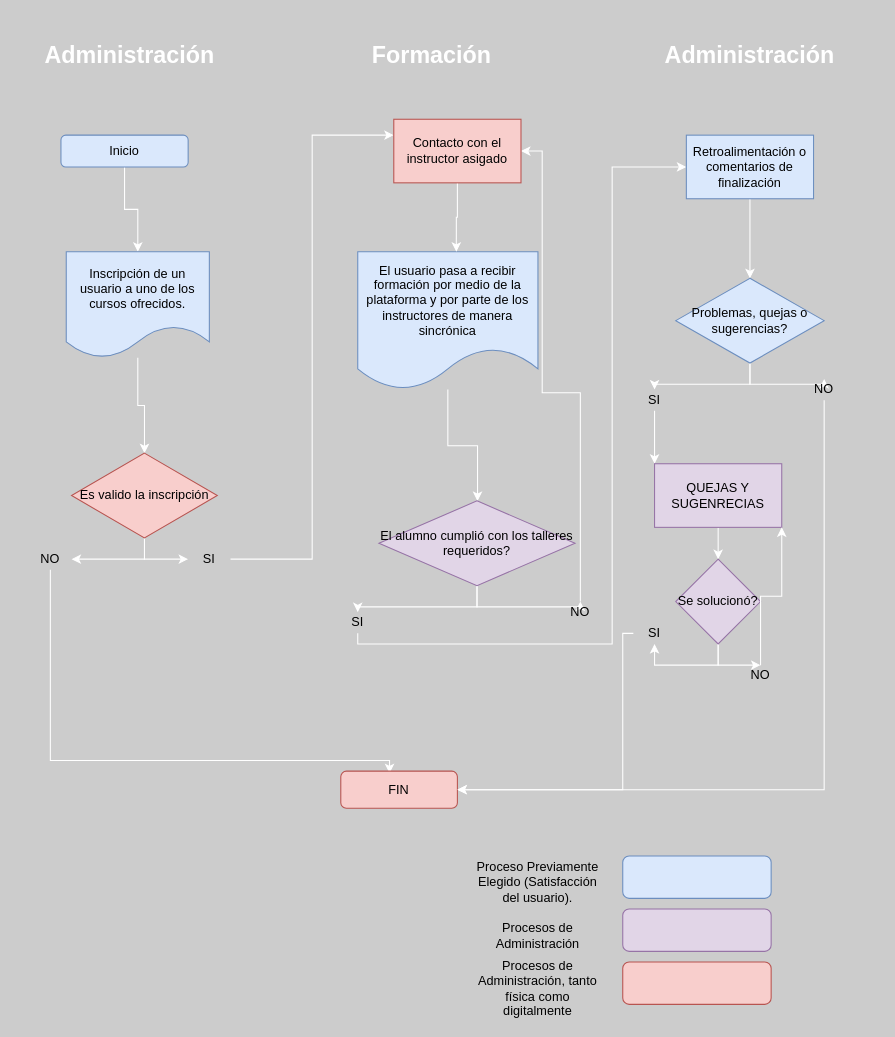
Above: Untitled Diagram.drawio in Andr3yg/ADSI_andreyg (draw.io), before the change. Source tidied: cells renumbered, new cells numbered last; positions are measured from the earlier drawing's top-left corner, leaving out a move shared by most shapes. Both pictures are drawn from the tidied source at 106%, with x=0, y=0 at pixel (18, 18).
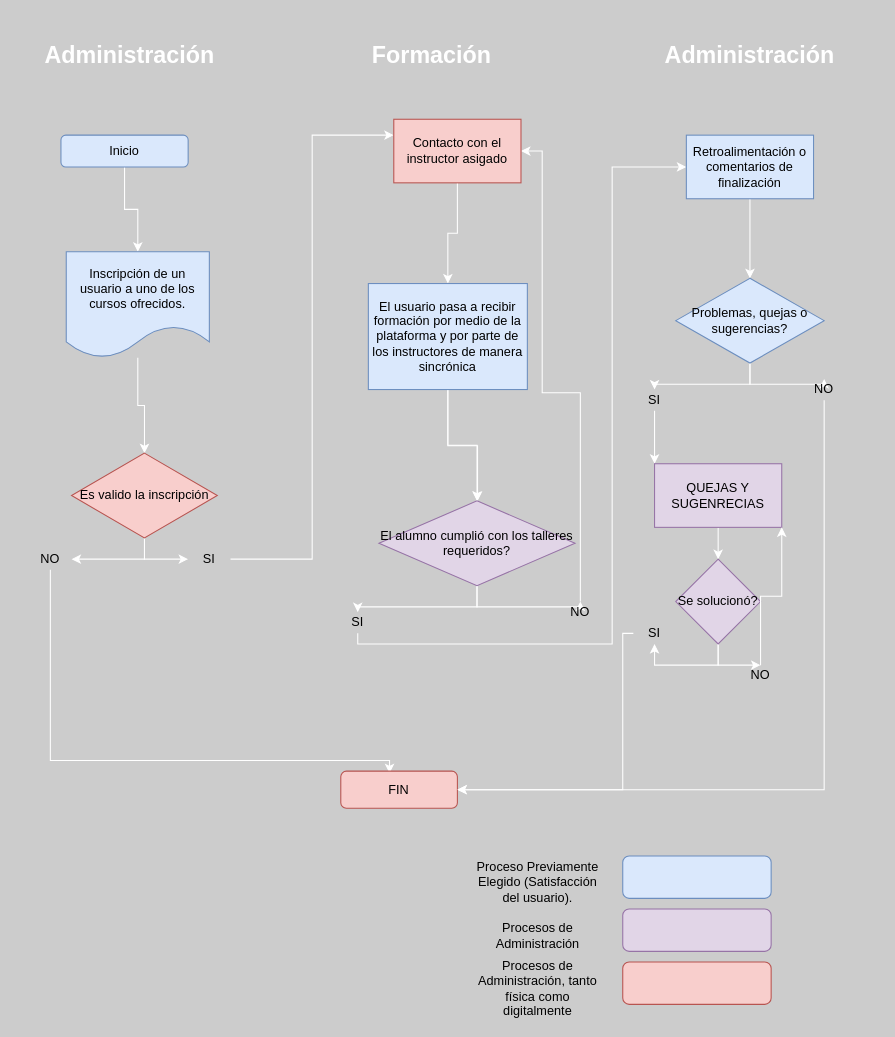
After the change.

Unchanged cells that the change refers to:
```xml
<mxCell id="20" value="El alumno cumplió con los talleres requeridos?" style="rhombus;whiteSpace=wrap;html=1;strokeColor=#9673a6;fillColor=#e1d5e7;" parent="1" vertex="1">
  <mxGeometry x="340" y="455" width="185" height="80" as="geometry" />
</mxCell>
<mxCell id="26" value="Contacto con el instructor asigado" style="rounded=0;whiteSpace=wrap;html=1;fillColor=#f8cecc;strokeColor=#b85450;" parent="1" vertex="1">
  <mxGeometry x="354" y="95" width="120" height="60" as="geometry" />
</mxCell>
```

Change to the diagram source:
```diff
@@
-    <mxCell id="8" style="edgeStyle=orthogonalEdgeStyle;rounded=0;jettySize=auto;html=1;strokeColor=#FFFFFF;" parent="1" edge="1" source="9" target="20">
+    <mxCell id="8" style="edgeStyle=orthogonalEdgeStyle;rounded=0;jettySize=auto;html=1;strokeColor=#FFFFFF;" parent="1" edge="1" target="20">
       <mxGeometry relative="1" as="geometry">
+        <mxPoint x="405" y="350" as="sourcePoint" />
         <Array as="points">
           <mxPoint x="405" y="403" />
           <mxPoint x="433" y="403" />
         </Array>
       </mxGeometry>
     </mxCell>
-    <mxCell id="9" value="El usuario pasa a recibir formación por medio de la plataforma y por parte de los instructores de manera sincrónica" style="shape=document;whiteSpace=wrap;html=1;boundedLbl=1;fillColor=#dae8fc;strokeColor=#6c8ebf;" parent="1" vertex="1">
-      <mxGeometry x="320" y="220" width="170" height="130" as="geometry" />
-    </mxCell>
@@
-    <mxCell id="25" style="edgeStyle=orthogonalEdgeStyle;rounded=0;jettySize=auto;html=1;entryX=0.547;entryY=0;entryDx=0;entryDy=0;entryPerimeter=0;strokeColor=#FFFFFF;" parent="1" edge="1" source="26" target="9">
+    <mxCell id="25" style="edgeStyle=orthogonalEdgeStyle;rounded=0;jettySize=auto;html=1;entryX=0.5;entryY=0;entryDx=0;entryDy=0;strokeColor=#FFFFFF;" parent="1" edge="1" source="26" target="9">
       <mxGeometry relative="1" as="geometry" />
     </mxCell>
@@
+    <mxCell id="52" style="edgeStyle=orthogonalEdgeStyle;rounded=0;jettySize=auto;html=1;exitX=0.5;exitY=1;exitDx=0;exitDy=0;strokeColor=#FFFFFF;" parent="1" edge="1" source="9" target="20">
+      <mxGeometry relative="1" as="geometry" />
+    </mxCell>
+    <mxCell id="9" value="&lt;span&gt;El usuario pasa a recibir formación por medio de la plataforma y por parte de los instructores de manera sincrónica&lt;/span&gt;" style="rounded=0;whiteSpace=wrap;html=1;fillColor=#dae8fc;strokeColor=#6c8ebf;" parent="1" vertex="1">
+      <mxGeometry x="330" y="250" width="150" height="100" as="geometry" />
+    </mxCell>
```
